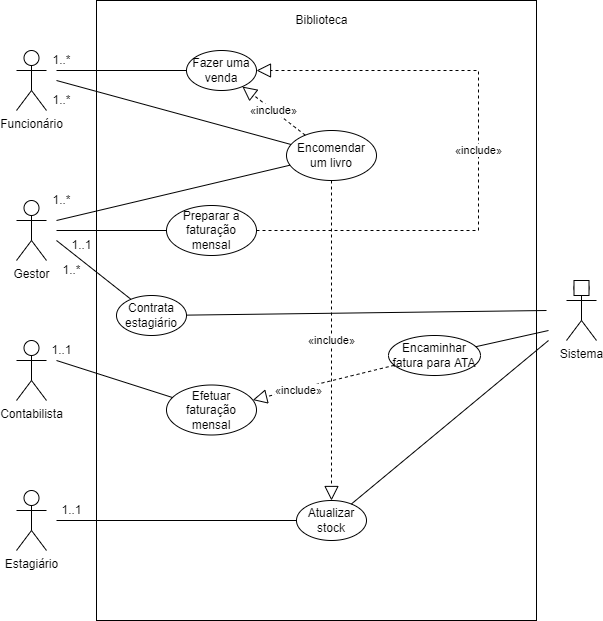
Before: Ficha6_ex1.png, a diagram exported from draw.io (gonnatinfo2000/Ficha-6). Source tidied: cells renumbered, new cells last; positions are measured from the earlier drawing's top-left corner, leaving out a move shared by most shapes.
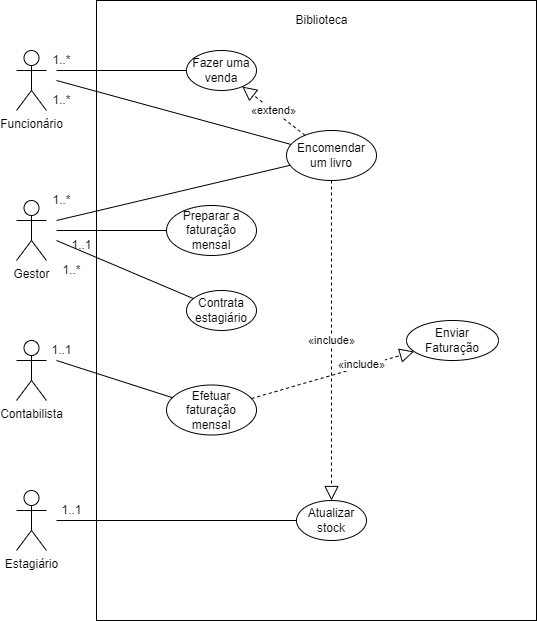
After the commit.

What changed in the source:
```diff
@@ -2,14 +2,14 @@
   <root>
     <mxCell id="0" />
     <mxCell id="1" parent="0" />
-    <mxCell id="2" style="rounded=0;whiteSpace=wrap;html=1;" parent="1" vertex="1">
-      <mxGeometry x="80" width="440" height="620" as="geometry" />
-    </mxCell>
-    <mxCell id="3" style="endArrow=none;html=1;rounded=0;" parent="1" edge="1" source="6">
-      <mxGeometry relative="1" as="geometry">
-        <mxPoint x="40" y="70" as="targetPoint" />
-      </mxGeometry>
-    </mxCell>
+    <mxCell id="38" style="rounded=0;whiteSpace=wrap;html=1;" parent="1" vertex="1">
+      <mxGeometry x="80" width="440" height="620" as="geometry" />
+    </mxCell>
+    <mxCell id="39" style="endArrow=none;html=1;rounded=0;" parent="1" edge="1" source="6">
+      <mxGeometry relative="1" as="geometry">
+        <mxPoint x="40" y="70" as="targetPoint" />
+      </mxGeometry>
+    </mxCell>
     <mxCell id="4" value="Biblioteca" style="text;html=1;align=center;verticalAlign=middle;strokeColor=none;fillColor=none;" parent="1" vertex="1">
       <mxGeometry x="270" y="10" width="70" height="20" as="geometry" />
     </mxCell>
@@ -22,40 +22,40 @@
     <mxCell id="7" value="Encomendar um livro" style="ellipse;whiteSpace=wrap;html=1;" parent="1" vertex="1">
       <mxGeometry x="270" y="130" width="90" height="50" as="geometry" />
     </mxCell>
-    <mxCell id="8" style="endArrow=none;html=1;rounded=0;" parent="1" edge="1" source="7">
-      <mxGeometry relative="1" as="geometry">
-        <mxPoint x="40" y="80" as="targetPoint" />
-      </mxGeometry>
-    </mxCell>
+    <mxCell id="40" style="endArrow=none;html=1;rounded=0;" parent="1" edge="1" source="7">
+      <mxGeometry relative="1" as="geometry">
+        <mxPoint x="40" y="80" as="targetPoint" />
+      </mxGeometry>
+    </mxCell>
     <mxCell id="9" value="Gestor" style="shape=umlActor;verticalLabelPosition=bottom;verticalAlign=top;html=1;" parent="1" vertex="1">
       <mxGeometry y="200" width="30" height="60" as="geometry" />
     </mxCell>
-    <mxCell id="10" style="endArrow=none;html=1;rounded=0;" parent="1" edge="1" source="22">
-      <mxGeometry relative="1" as="geometry">
-        <mxPoint x="40" y="230" as="targetPoint" />
-      </mxGeometry>
-    </mxCell>
-    <mxCell id="11" style="endArrow=none;html=1;rounded=0;" parent="1" edge="1" source="7">
-      <mxGeometry relative="1" as="geometry">
-        <mxPoint x="40" y="220" as="targetPoint" />
-      </mxGeometry>
-    </mxCell>
+    <mxCell id="41" style="endArrow=none;html=1;rounded=0;" parent="1" edge="1" source="22">
+      <mxGeometry relative="1" as="geometry">
+        <mxPoint x="40" y="230" as="targetPoint" />
+      </mxGeometry>
+    </mxCell>
+    <mxCell id="42" style="endArrow=none;html=1;rounded=0;" parent="1" edge="1" source="7">
+      <mxGeometry relative="1" as="geometry">
+        <mxPoint x="40" y="220" as="targetPoint" />
+      </mxGeometry>
+    </mxCell>
     <mxCell id="12" value="Estagiário" style="shape=umlActor;verticalLabelPosition=bottom;verticalAlign=top;html=1;" parent="1" vertex="1">
       <mxGeometry y="490" width="30" height="60" as="geometry" />
     </mxCell>
-    <mxCell id="13" style="endArrow=none;html=1;rounded=0;" parent="1" edge="1" source="23">
-      <mxGeometry relative="1" as="geometry">
-        <mxPoint x="40" y="240" as="targetPoint" />
-      </mxGeometry>
-    </mxCell>
+    <mxCell id="43" style="endArrow=none;html=1;rounded=0;" parent="1" edge="1" source="23">
+      <mxGeometry relative="1" as="geometry">
+        <mxPoint x="40" y="240" as="targetPoint" />
+      </mxGeometry>
+    </mxCell>
     <mxCell id="14" value="Atualizar stock" style="ellipse;whiteSpace=wrap;html=1;" parent="1" vertex="1">
       <mxGeometry x="280" y="500" width="70" height="40" as="geometry" />
     </mxCell>
-    <mxCell id="15" style="endArrow=none;html=1;rounded=0;" parent="1" edge="1" source="14">
-      <mxGeometry relative="1" as="geometry">
-        <mxPoint x="40" y="520" as="targetPoint" />
-      </mxGeometry>
-    </mxCell>
+    <mxCell id="44" style="endArrow=none;html=1;rounded=0;" parent="1" edge="1" source="14">
+      <mxGeometry relative="1" as="geometry">
+        <mxPoint x="40" y="520" as="targetPoint" />
+      </mxGeometry>
+    </mxCell>
     <mxCell id="16" value="«include»" style="endArrow=block;dashed=1;endFill=0;endSize=12;html=1;rounded=0;startArrow=none;" parent="1" edge="1" source="7" target="14">
       <mxGeometry relative="1" as="geometry" />
     </mxCell>
@@ -65,75 +65,46 @@
     <mxCell id="18" value="Efetuar faturação mensal" style="ellipse;whiteSpace=wrap;html=1;" parent="1" vertex="1">
       <mxGeometry x="150" y="384.5" width="90" height="50" as="geometry" />
     </mxCell>
-    <mxCell id="19" style="endArrow=none;html=1;rounded=0;" parent="1" edge="1" source="18">
-      <mxGeometry relative="1" as="geometry">
-        <mxPoint x="40" y="360" as="targetPoint" />
-      </mxGeometry>
-    </mxCell>
-    <mxCell id="20" style="endArrow=none;html=1;rounded=0;" parent="1" edge="1" source="14">
-      <mxGeometry relative="1" as="geometry">
-        <mxPoint x="532" y="340" as="targetPoint" />
-      </mxGeometry>
-    </mxCell>
-    <mxCell id="21" style="endArrow=none;html=1;rounded=0;" parent="1" edge="1" source="23">
-      <mxGeometry relative="1" as="geometry">
-        <mxPoint x="530" y="310" as="targetPoint" />
-      </mxGeometry>
-    </mxCell>
+    <mxCell id="45" style="endArrow=none;html=1;rounded=0;" parent="1" edge="1" source="18">
+      <mxGeometry relative="1" as="geometry">
+        <mxPoint x="40" y="360" as="targetPoint" />
+      </mxGeometry>
+    </mxCell>
     <mxCell id="22" value="Preparar a faturação mensal" style="ellipse;whiteSpace=wrap;html=1;" parent="1" vertex="1">
       <mxGeometry x="150" y="205" width="90" height="50" as="geometry" />
     </mxCell>
     <mxCell id="23" value="Contrata estagiário" style="ellipse;whiteSpace=wrap;html=1;" parent="1" vertex="1">
-      <mxGeometry x="100" y="295" width="70" height="40" as="geometry" />
+      <mxGeometry x="170" y="290" width="70" height="40" as="geometry" />
     </mxCell>
-    <mxCell id="24" value="Sistema" style="shape=umlActor;verticalLabelPosition=bottom;verticalAlign=top;html=1;" parent="1" vertex="1">
-      <mxGeometry x="550" y="280" width="30" height="60" as="geometry" />
-    </mxCell>
-    <mxCell id="25" style="whiteSpace=wrap;html=1;" parent="1" vertex="1">
-      <mxGeometry x="557.5" y="280" width="15" height="15" as="geometry" />
-    </mxCell>
-    <mxCell id="26" value="«include»" style="endArrow=block;dashed=1;endFill=0;endSize=12;html=1;rounded=0;startArrow=none;" parent="1" edge="1" source="7" target="6">
+    <mxCell id="26" value="«extend»" style="endArrow=block;dashed=1;endFill=0;endSize=12;html=1;rounded=0;startArrow=none;" parent="1" edge="1" source="7" target="6">
       <mxGeometry relative="1" as="geometry" />
     </mxCell>
-    <mxCell id="27" value="«include»" style="endArrow=block;dashed=1;endFill=0;endSize=12;html=1;rounded=0;startArrow=none;" parent="1" edge="1" source="22" target="6">
-      <mxGeometry relative="1" as="geometry">
-        <Array as="points">
-          <mxPoint x="462" y="230" />
-          <mxPoint x="462" y="70" />
-        </Array>
-      </mxGeometry>
-    </mxCell>
-    <mxCell id="28" value="1..*" style="text;html=1;align=center;verticalAlign=middle;strokeColor=none;fillColor=none;" parent="1" vertex="1">
-      <mxGeometry x="30" y="50" width="30" height="20" as="geometry" />
-    </mxCell>
-    <mxCell id="29" value="1..*" style="text;html=1;align=center;verticalAlign=middle;strokeColor=none;fillColor=none;" parent="1" vertex="1">
-      <mxGeometry x="30" y="90" width="30" height="20" as="geometry" />
-    </mxCell>
-    <mxCell id="30" value="1..1" style="text;html=1;align=center;verticalAlign=middle;strokeColor=none;fillColor=none;" parent="1" vertex="1">
-      <mxGeometry x="25" y="340" width="40" height="20" as="geometry" />
-    </mxCell>
-    <mxCell id="31" value="1..1" style="text;html=1;align=center;verticalAlign=middle;strokeColor=none;fillColor=none;" parent="1" vertex="1">
-      <mxGeometry x="35" y="500" width="40" height="20" as="geometry" />
-    </mxCell>
-    <mxCell id="32" value="1..*" style="text;html=1;align=center;verticalAlign=middle;strokeColor=none;fillColor=none;" parent="1" vertex="1">
-      <mxGeometry x="30" y="190" width="30" height="20" as="geometry" />
-    </mxCell>
-    <mxCell id="33" value="1..*" style="text;html=1;align=center;verticalAlign=middle;strokeColor=none;fillColor=none;" parent="1" vertex="1">
-      <mxGeometry x="40" y="260" width="30" height="20" as="geometry" />
-    </mxCell>
-    <mxCell id="34" value="1..1" style="text;html=1;align=center;verticalAlign=middle;strokeColor=none;fillColor=none;" parent="1" vertex="1">
-      <mxGeometry x="45" y="235" width="40" height="20" as="geometry" />
-    </mxCell>
-    <mxCell id="35" value="Encaminhar fatura para ATA" style="ellipse;whiteSpace=wrap;html=1;" parent="1" vertex="1">
-      <mxGeometry x="372" y="335" width="92" height="40" as="geometry" />
-    </mxCell>
-    <mxCell id="36" style="endArrow=none;html=1;rounded=0;" parent="1" edge="1" source="35">
-      <mxGeometry relative="1" as="geometry">
-        <mxPoint x="532" y="330" as="targetPoint" />
-      </mxGeometry>
-    </mxCell>
-    <mxCell id="37" value="«include»" style="endArrow=block;dashed=1;endFill=0;endSize=12;html=1;rounded=0;startArrow=none;" parent="1" edge="1" source="35" target="18">
-      <mxGeometry x="0.36" y="2" relative="1" as="geometry" />
-    </mxCell>
+    <mxCell id="46" value="1..*" style="text;html=1;align=center;verticalAlign=middle;strokeColor=none;fillColor=none;" parent="1" vertex="1">
+      <mxGeometry x="30" y="50" width="30" height="20" as="geometry" />
+    </mxCell>
+    <mxCell id="47" value="1..*" style="text;html=1;align=center;verticalAlign=middle;strokeColor=none;fillColor=none;" parent="1" vertex="1">
+      <mxGeometry x="30" y="90" width="30" height="20" as="geometry" />
+    </mxCell>
+    <mxCell id="48" value="1..1" style="text;html=1;align=center;verticalAlign=middle;strokeColor=none;fillColor=none;" parent="1" vertex="1">
+      <mxGeometry x="25" y="340" width="40" height="20" as="geometry" />
+    </mxCell>
+    <mxCell id="49" value="1..1" style="text;html=1;align=center;verticalAlign=middle;strokeColor=none;fillColor=none;" parent="1" vertex="1">
+      <mxGeometry x="35" y="500" width="40" height="20" as="geometry" />
+    </mxCell>
+    <mxCell id="50" value="1..*" style="text;html=1;align=center;verticalAlign=middle;strokeColor=none;fillColor=none;" parent="1" vertex="1">
+      <mxGeometry x="30" y="190" width="30" height="20" as="geometry" />
+    </mxCell>
+    <mxCell id="51" value="1..*" style="text;html=1;align=center;verticalAlign=middle;strokeColor=none;fillColor=none;" parent="1" vertex="1">
+      <mxGeometry x="40" y="260" width="30" height="20" as="geometry" />
+    </mxCell>
+    <mxCell id="52" value="1..1" style="text;html=1;align=center;verticalAlign=middle;strokeColor=none;fillColor=none;" parent="1" vertex="1">
+      <mxGeometry x="45" y="235" width="40" height="20" as="geometry" />
+    </mxCell>
+    <mxCell id="53" value="Enviar Faturação" style="ellipse;whiteSpace=wrap;html=1;" parent="1" vertex="1">
+      <mxGeometry x="390" y="320" width="92" height="40" as="geometry" />
+    </mxCell>
+    <mxCell id="54" value="«include»" style="endArrow=block;dashed=1;endFill=0;endSize=12;html=1;rounded=0;startArrow=none;" parent="1" edge="1" source="18" target="53">
+      <mxGeometry x="0.36" y="2" relative="1" as="geometry" />
+    </mxCell>
   </root>
 </mxGraphModel>
```
